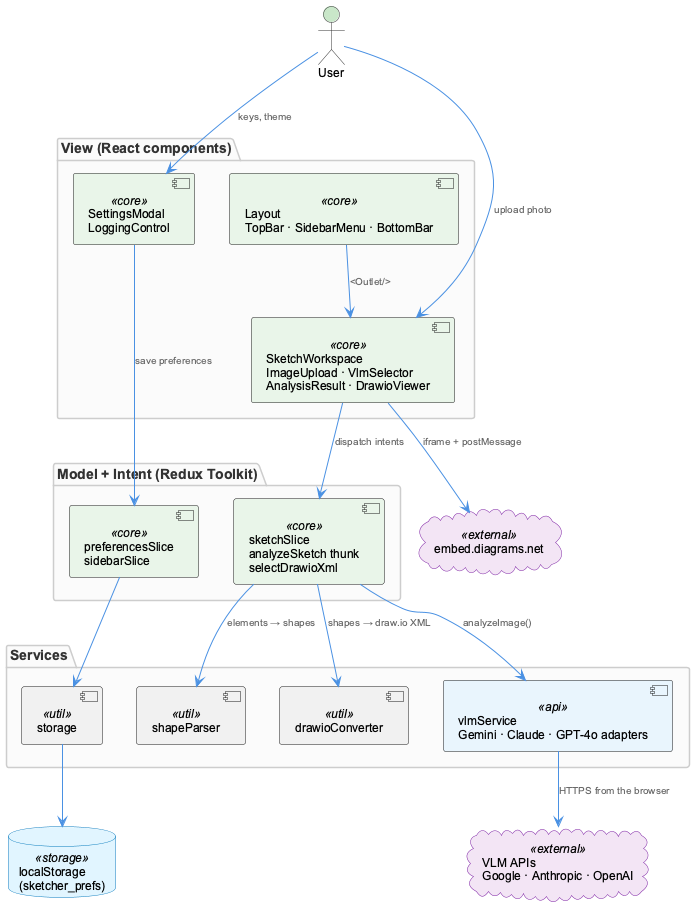
fwornle/sketcher keeps this PlantUML diagram as docs/images/sketcher-architecture.png. Above is the earlier version.
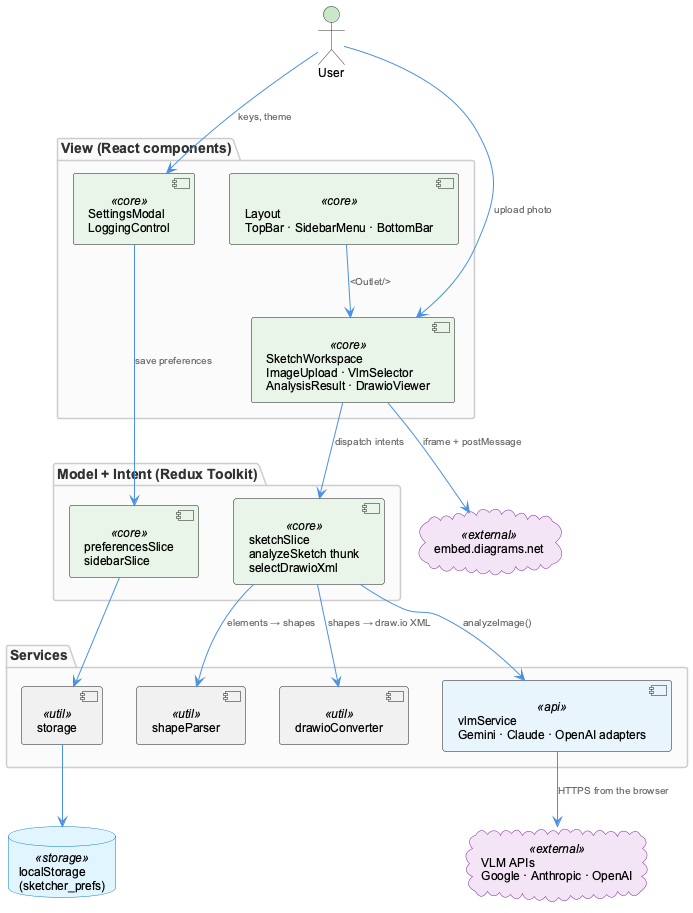
The same file after the commit.

What changed in the source:
```diff
@@ -16,7 +16,7 @@
 }
 
 package "Services" {
-  component "vlmService\nGemini · Claude · GPT-4o adapters" as vlm <<api>>
+  component "vlmService\nGemini · Claude · OpenAI adapters" as vlm <<api>>
   component "shapeParser" as parser <<util>>
   component "drawioConverter" as converter <<util>>
   component "storage" as storage <<util>>
```
